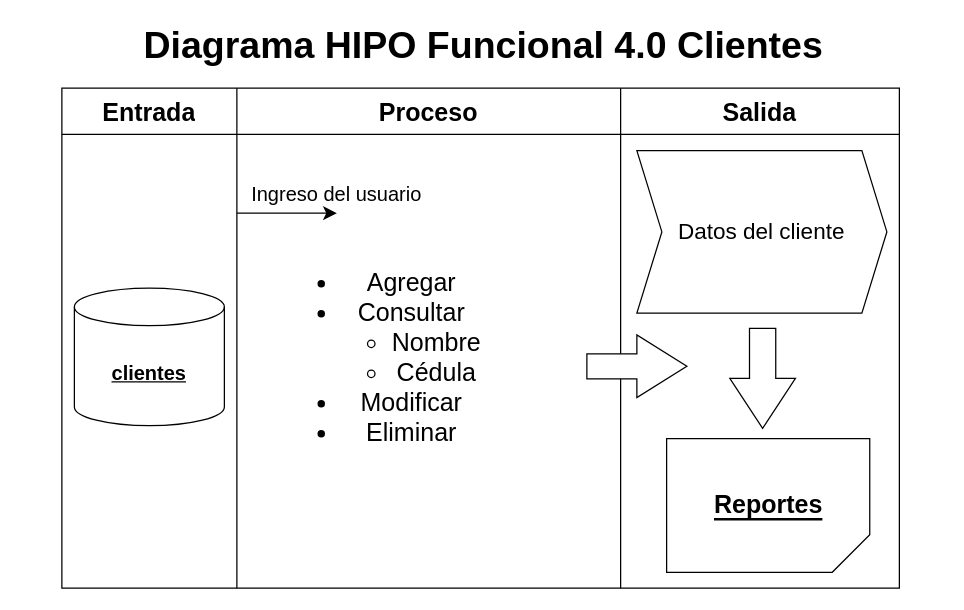
Before: page "4.0 - Clientes" (4 of 13) of Documentos/Diagramas_HIPO/HIPO_Funcionales.drawio in jurdanetac/ingsoftware, a draw.io diagram. Source tidied: cells renumbered, new cells numbered last; positions are measured from the earlier drawing's top-left corner, leaving out a move shared by most shapes. Both pictures are drawn from the tidied source at 125%, with x=0, y=0 at pixel (24, 25).
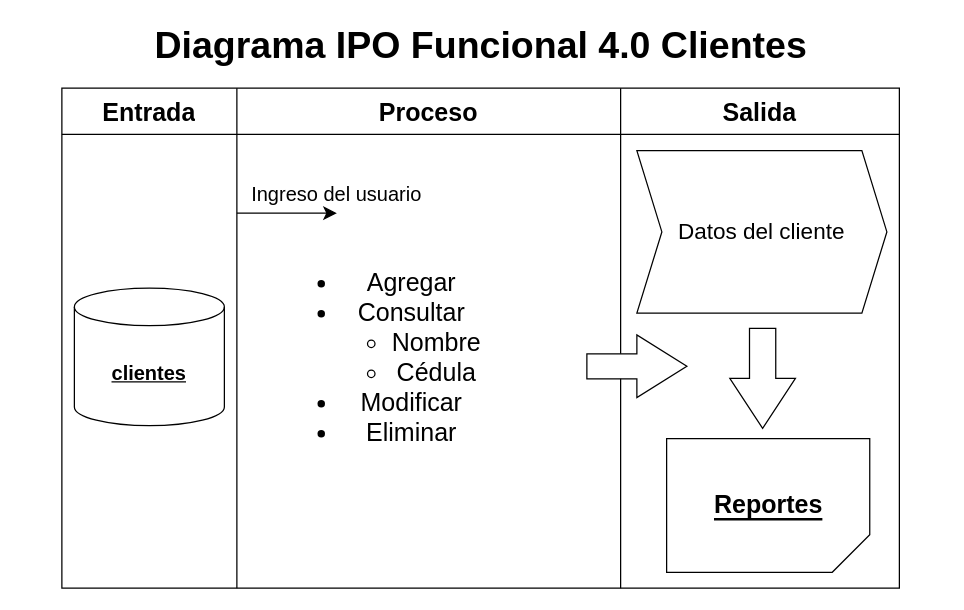
Above is the later version.

Change to the diagram source:
```diff
@@
-    <mxCell id="18" value="&lt;font style=&quot;font-size: 30px;&quot;&gt;Diagrama HIPO Funcional 4.0 Clientes&lt;/font&gt;" style="text;html=1;align=center;verticalAlign=middle;whiteSpace=wrap;rounded=0;fontSize=16;fontStyle=1;" parent="1" vertex="1">
-      <mxGeometry width="735" height="30" as="geometry" />
+    <mxCell id="18" value="&lt;font style=&quot;font-size: 30px;&quot;&gt;Diagrama IPO Funcional 4.0 Clientes&lt;/font&gt;" style="text;html=1;align=center;verticalAlign=middle;whiteSpace=wrap;rounded=0;fontSize=16;fontStyle=1;" parent="1" vertex="1">
+      <mxGeometry x="-2" width="735" height="30" as="geometry" />
     </mxCell>
```
